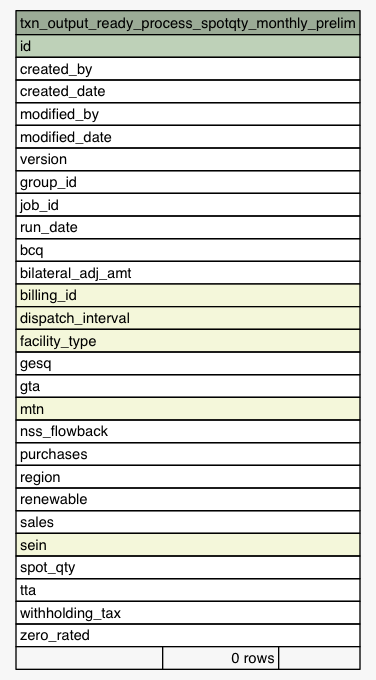
Above: Data/settlement/diagrams/summary/txn_output_ready_process_spotqty_monthly_prelim.1degree.png in eyana-m/python-data-dictionary-writer (Graphviz), before the change. Its source is kept beside it as Data/settlement/diagrams/summary/txn_output_ready_process_spotqty_monthly_prelim.1degree.dot.
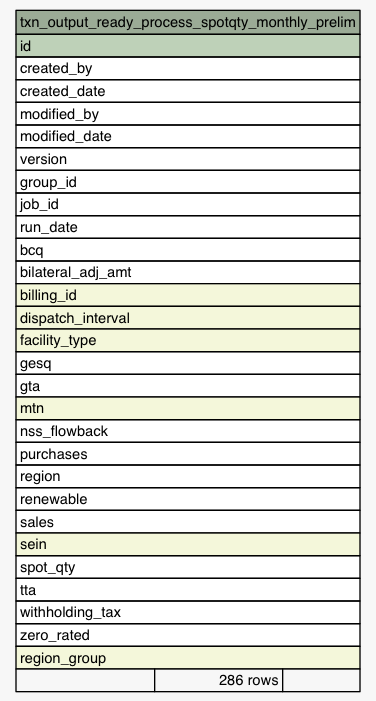
After the commit.

The edit, as a diff of the source:
```diff
@@ -46,7 +46,8 @@
       <TR><TD PORT="tta" COLSPAN="3" ALIGN="LEFT">tta</TD></TR>
       <TR><TD PORT="withholding_tax" COLSPAN="3" ALIGN="LEFT">withholding_tax</TD></TR>
       <TR><TD PORT="zero_rated" COLSPAN="3" ALIGN="LEFT">zero_rated</TD></TR>
-      <TR><TD ALIGN="LEFT" BGCOLOR="#f7f7f7">  </TD><TD ALIGN="RIGHT" BGCOLOR="#f7f7f7">0 rows</TD><TD ALIGN="RIGHT" BGCOLOR="#f7f7f7">  </TD></TR>
+      <TR><TD PORT="region_group" COLSPAN="3" BGCOLOR="#f4f7da" ALIGN="LEFT">region_group</TD></TR>
+      <TR><TD ALIGN="LEFT" BGCOLOR="#f7f7f7">  </TD><TD ALIGN="RIGHT" BGCOLOR="#f7f7f7">286 rows</TD><TD ALIGN="RIGHT" BGCOLOR="#f7f7f7">  </TD></TR>
     </TABLE>>
     URL="tables/txn_output_ready_process_spotqty_monthly_prelim.html"
     tooltip="txn_output_ready_process_spotqty_monthly_prelim"
```
